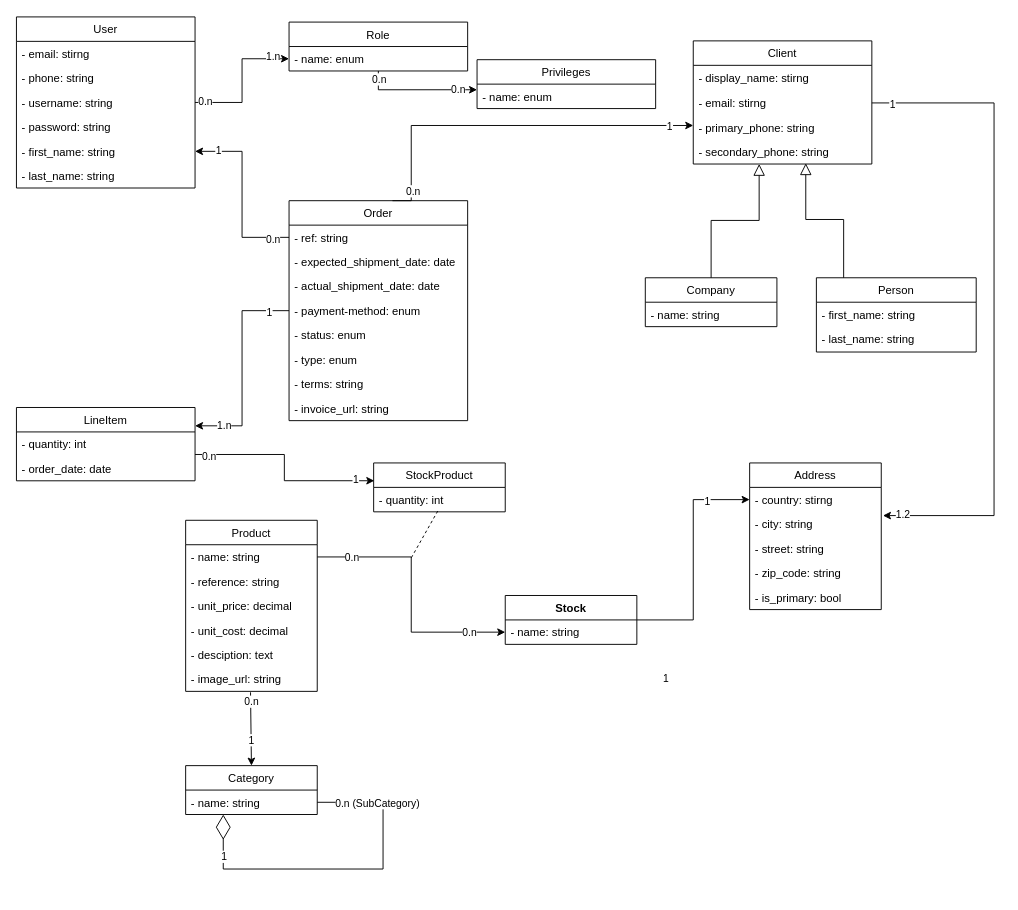
The draw.io diagram class-diag.drawio in neeejm/inventory-management-system, before the edit. Source tidied: cells renumbered, new cells numbered last; positions are measured from the earlier drawing's top-left corner, leaving out a move shared by most shapes. Both pictures are drawn from the tidied source at 94%, with x=0, y=0 at pixel (16, 16).
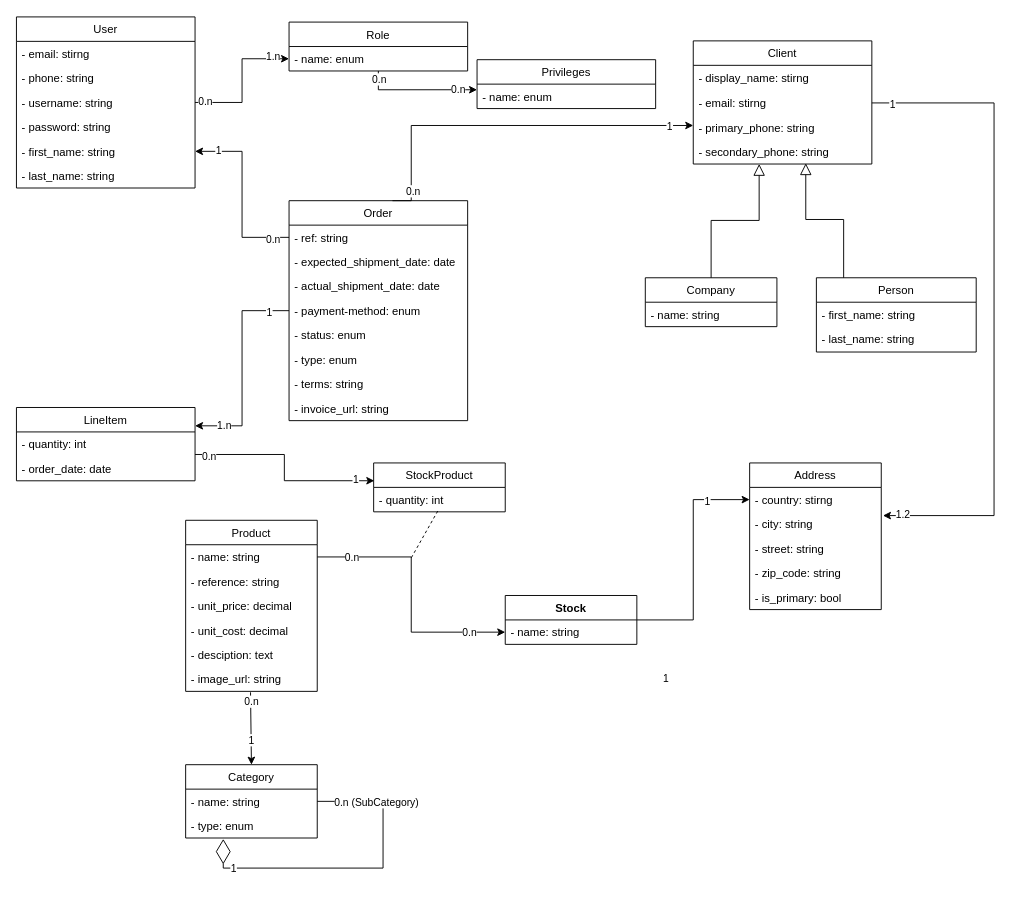
The same diagram, later.

Diff of the diagram source:
```diff
@@
     <mxCell id="26" value="Category" style="swimlane;fontStyle=0;horizontal=1;startSize=26;fillColor=none;" parent="1" vertex="1">
-      <mxGeometry x="180" y="797" width="140" height="52" as="geometry" />
+      <mxGeometry x="180" y="796" width="140" height="78" as="geometry" />
     </mxCell>
-    <mxCell id="27" value="- name: string" style="text;strokeColor=none;fillColor=none;align=left;verticalAlign=top;spacingLeft=4;spacingRight=4;overflow=hidden;points=[[0,0.5],[1,0.5]];portConstraint=eastwest;" parent="26" vertex="1">
-      <mxGeometry y="26" width="140" height="26" as="geometry" />
-    </mxCell>
-    <mxCell id="28" style="endArrow=diamondThin;endFill=0;endSize=24;html=1;rounded=0;exitX=1;exitY=0.5;exitDx=0;exitDy=0;edgeStyle=orthogonalEdgeStyle;" parent="26" edge="1" source="27" target="27">
+    <mxCell id="28" style="endArrow=diamondThin;endFill=0;endSize=24;html=1;rounded=0;exitX=1;exitY=0.5;exitDx=0;exitDy=0;edgeStyle=orthogonalEdgeStyle;" parent="26" edge="1" source="27">
       <mxGeometry relative="1" as="geometry">
+        <mxPoint x="40" y="79" as="targetPoint" />
         <Array as="points">
           <mxPoint x="210" y="39" />
           <mxPoint x="210" y="110" />
           <mxPoint x="40" y="110" />
         </Array>
       </mxGeometry>
     </mxCell>
@@
+    <mxCell id="27" value="- name: string" style="text;strokeColor=none;fillColor=none;align=left;verticalAlign=top;spacingLeft=4;spacingRight=4;overflow=hidden;points=[[0,0.5],[1,0.5]];portConstraint=eastwest;" parent="26" vertex="1">
+      <mxGeometry y="26" width="140" height="26" as="geometry" />
+    </mxCell>
+    <mxCell id="90" value="- type: enum" style="text;strokeColor=none;fillColor=none;align=left;verticalAlign=top;spacingLeft=4;spacingRight=4;overflow=hidden;" parent="26" vertex="1">
+      <mxGeometry y="52" width="140" height="26" as="geometry" />
+    </mxCell>
```
